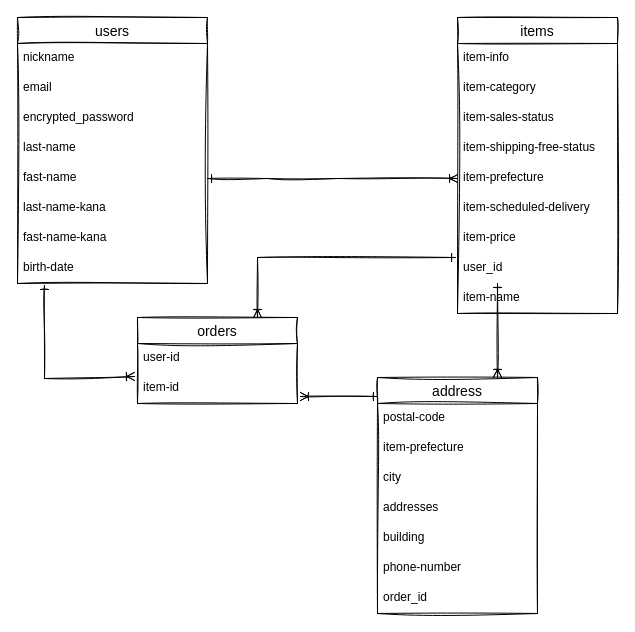
This is furima.dio from ruirui0810/furima-37335, a draw.io file, before an edit. Source tidied: cells renumbered, new cells numbered last; positions are measured from the earlier drawing's top-left corner, leaving out a move shared by most shapes. Both pictures are drawn from the tidied source at 100%, with x=0, y=0 at pixel (17, 17).
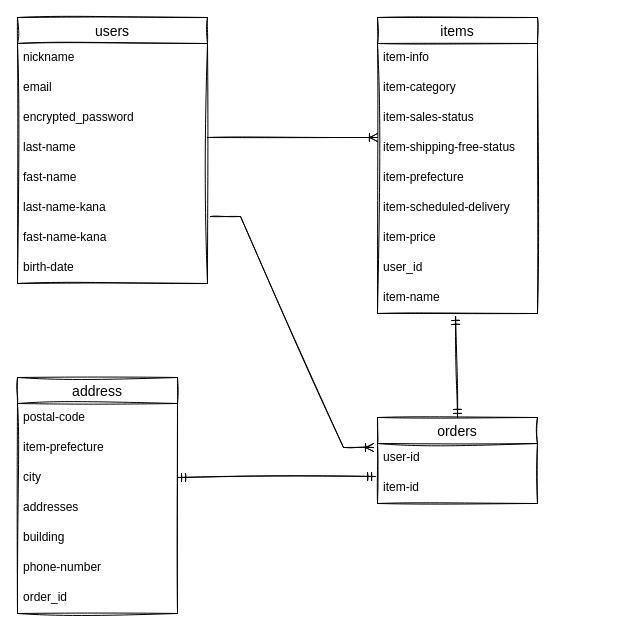
Above is the later version.

Commit message (it also covers changes not shown here):
データベース設計５

The change refers to these unchanged cells:
```xml
<mxCell id="15" value="item-prefecture" style="text;strokeColor=none;fillColor=none;spacingLeft=4;spacingRight=4;overflow=hidden;points=[[0,0.5],[1,0.5]];portConstraint=eastwest;fontSize=12;sketch=1;" parent="10" vertex="1">
  <mxGeometry y="146" width="160" height="30" as="geometry" />
</mxCell>
<mxCell id="17" value="item-price&#10;" style="text;strokeColor=none;fillColor=none;spacingLeft=4;spacingRight=4;overflow=hidden;points=[[0,0.5],[1,0.5]];portConstraint=eastwest;fontSize=12;sketch=1;" parent="10" vertex="1">
  <mxGeometry y="206" width="160" height="30" as="geometry" />
</mxCell>
<mxCell id="18" value="user_id" style="text;strokeColor=none;fillColor=none;spacingLeft=4;spacingRight=4;overflow=hidden;points=[[0,0.5],[1,0.5]];portConstraint=eastwest;fontSize=12;sketch=1;" parent="10" vertex="1">
  <mxGeometry y="236" width="160" height="30" as="geometry" />
</mxCell>
<mxCell id="19" value="item-name" style="text;strokeColor=none;fillColor=none;spacingLeft=4;spacingRight=4;overflow=hidden;points=[[0,0.5],[1,0.5]];portConstraint=eastwest;fontSize=12;sketch=1;" parent="10" vertex="1">
  <mxGeometry y="266" width="160" height="30" as="geometry" />
</mxCell>
<mxCell id="25" value="fast-name" style="text;strokeColor=none;fillColor=none;spacingLeft=4;spacingRight=4;overflow=hidden;points=[[0,0.5],[1,0.5]];portConstraint=eastwest;fontSize=12;sketch=1;" parent="20" vertex="1">
  <mxGeometry y="146" width="190" height="30" as="geometry" />
</mxCell>
<mxCell id="26" value="last-name-kana" style="text;strokeColor=none;fillColor=none;spacingLeft=4;spacingRight=4;overflow=hidden;points=[[0,0.5],[1,0.5]];portConstraint=eastwest;fontSize=12;sketch=1;" parent="20" vertex="1">
  <mxGeometry y="176" width="190" height="30" as="geometry" />
</mxCell>
<mxCell id="28" value="birth-date" style="text;strokeColor=none;fillColor=none;spacingLeft=4;spacingRight=4;overflow=hidden;points=[[0,0.5],[1,0.5]];portConstraint=eastwest;fontSize=12;sketch=1;" parent="20" vertex="1">
  <mxGeometry y="236" width="190" height="30" as="geometry" />
</mxCell>
<mxCell id="32" value="user-id" style="text;strokeColor=none;fillColor=none;spacingLeft=4;spacingRight=4;overflow=hidden;points=[[0,0.5],[1,0.5]];portConstraint=eastwest;fontSize=12;sketch=1;" parent="31" vertex="1">
  <mxGeometry y="26" width="160" height="30" as="geometry" />
</mxCell>
<mxCell id="33" value="item-id" style="text;strokeColor=none;fillColor=none;spacingLeft=4;spacingRight=4;overflow=hidden;points=[[0,0.5],[1,0.5]];portConstraint=eastwest;fontSize=12;sketch=1;" parent="31" vertex="1">
  <mxGeometry y="56" width="160" height="30" as="geometry" />
</mxCell>
```

Change to the diagram source:
```diff
@@
     <mxCell id="2" value="address" style="swimlane;fontStyle=0;horizontal=1;startSize=26;align=center;fontSize=14;sketch=1;" parent="1" vertex="1">
-      <mxGeometry x="360" y="360" width="160" height="236" as="geometry" />
+      <mxGeometry y="360" width="160" height="236" as="geometry" />
     </mxCell>
@@
     <mxCell id="10" value="items" style="swimlane;fontStyle=0;horizontal=1;startSize=26;align=center;fontSize=14;sketch=1;" parent="1" vertex="1">
-      <mxGeometry x="440" width="160" height="296" as="geometry" />
+      <mxGeometry x="360" width="160" height="296" as="geometry" />
     </mxCell>
@@
-    <mxCell id="29" style="fontSize=12;html=1;endArrow=ERoneToMany;rounded=0;entryX=0;entryY=0.5;entryDx=0;entryDy=0;exitX=1;exitY=0.5;exitDx=0;exitDy=0;startArrow=ERone;startFill=0;sketch=1;" parent="1" edge="1" source="25" target="15">
-      <mxGeometry relative="1" as="geometry">
-        <Array as="points">
-          <mxPoint x="250" y="161" />
-          <mxPoint x="320" y="161" />
-        </Array>
-      </mxGeometry>
-    </mxCell>
-    <mxCell id="30" style="fontSize=12;html=1;endArrow=ERoneToMany;rounded=0;exitX=0.142;exitY=1.067;exitDx=0;exitDy=0;exitPerimeter=0;startArrow=ERone;startFill=0;entryX=-0.019;entryY=0.1;entryDx=0;entryDy=0;entryPerimeter=0;sketch=1;" parent="1" edge="1" source="28" target="33">
-      <mxGeometry relative="1" as="geometry">
-        <Array as="points">
-          <mxPoint x="27" y="361" />
-        </Array>
-      </mxGeometry>
-    </mxCell>
     <mxCell id="31" value="orders" style="swimlane;fontStyle=0;horizontal=1;startSize=26;align=center;fontSize=14;sketch=1;" parent="1" vertex="1">
-      <mxGeometry x="120" y="300" width="160" height="86" as="geometry" />
+      <mxGeometry x="360" y="400" width="160" height="86" as="geometry" />
     </mxCell>
@@
-    <mxCell id="34" style="endArrow=ERone;html=1;rounded=0;entryX=0.25;entryY=1;entryDx=0;entryDy=0;exitX=0.75;exitY=0;exitDx=0;exitDy=0;endFill=0;startArrow=ERoneToMany;startFill=0;sketch=1;entryPerimeter=0;" parent="1" edge="1" source="2" target="18">
-      <mxGeometry relative="1" as="geometry" />
-    </mxCell>
-    <mxCell id="35" style="endArrow=ERone;html=1;rounded=0;exitX=1.019;exitY=0.767;exitDx=0;exitDy=0;exitPerimeter=0;endFill=0;sketch=1;startArrow=ERoneToMany;startFill=0;" parent="1" edge="1" source="33">
-      <mxGeometry relative="1" as="geometry">
-        <mxPoint x="360" y="379" as="targetPoint" />
-      </mxGeometry>
-    </mxCell>
-    <mxCell id="36" style="endArrow=ERone;html=1;rounded=0;sketch=1;exitX=0.75;exitY=0;exitDx=0;exitDy=0;endFill=0;startArrow=ERoneToMany;startFill=0;entryX=-0.012;entryY=1.133;entryDx=0;entryDy=0;entryPerimeter=0;" parent="1" edge="1" source="31" target="17">
-      <mxGeometry relative="1" as="geometry">
-        <Array as="points">
-          <mxPoint x="240" y="240" />
-        </Array>
-      </mxGeometry>
-    </mxCell>
+    <mxCell id="37" style="endArrow=ERoneToMany;html=1;rounded=0;sketch=1;endFill=0;" parent="1" edge="1">
+      <mxGeometry relative="1" as="geometry">
+        <mxPoint x="190" y="120" as="sourcePoint" />
+        <mxPoint x="360" y="120" as="targetPoint" />
+      </mxGeometry>
+    </mxCell>
+    <mxCell id="38" style="endArrow=ERmandOne;html=1;rounded=0;sketch=1;exitX=0.5;exitY=0;exitDx=0;exitDy=0;entryX=0.488;entryY=1.1;entryDx=0;entryDy=0;entryPerimeter=0;endFill=0;startArrow=ERmandOne;startFill=0;" parent="1" edge="1" source="31" target="19">
+      <mxGeometry relative="1" as="geometry" />
+    </mxCell>
+    <mxCell id="39" style="endArrow=ERmandOne;html=1;rounded=0;sketch=1;entryX=-0.012;entryY=0.1;entryDx=0;entryDy=0;entryPerimeter=0;endFill=0;startArrow=ERmandOne;startFill=0;" parent="1" edge="1" target="33">
+      <mxGeometry relative="1" as="geometry">
+        <mxPoint x="160" y="460" as="sourcePoint" />
+      </mxGeometry>
+    </mxCell>
+    <mxCell id="40" style="edgeStyle=entityRelationEdgeStyle;fontSize=12;html=1;endArrow=ERoneToMany;rounded=0;sketch=1;entryX=-0.025;entryY=0.133;entryDx=0;entryDy=0;entryPerimeter=0;exitX=1.016;exitY=0.767;exitDx=0;exitDy=0;exitPerimeter=0;" parent="1" edge="1" source="26" target="32">
+      <mxGeometry relative="1" as="geometry" />
+    </mxCell>
```
